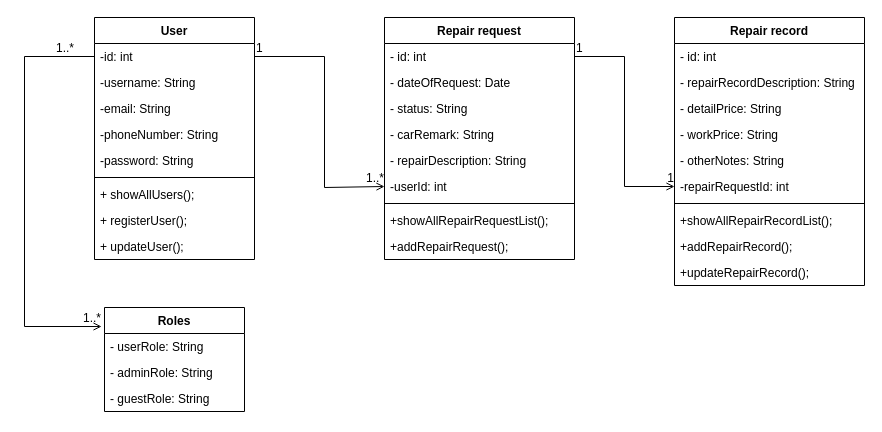
Earlier version of the draw.io diagram class diagram.drawio (MishaAvizhen/MiAvStoApp). Source tidied: cells renumbered, new cells numbered last; positions are measured from the earlier drawing's top-left corner, leaving out a move shared by most shapes. Both pictures are drawn from the tidied source at 100%, with x=0, y=0 at pixel (24, 17).
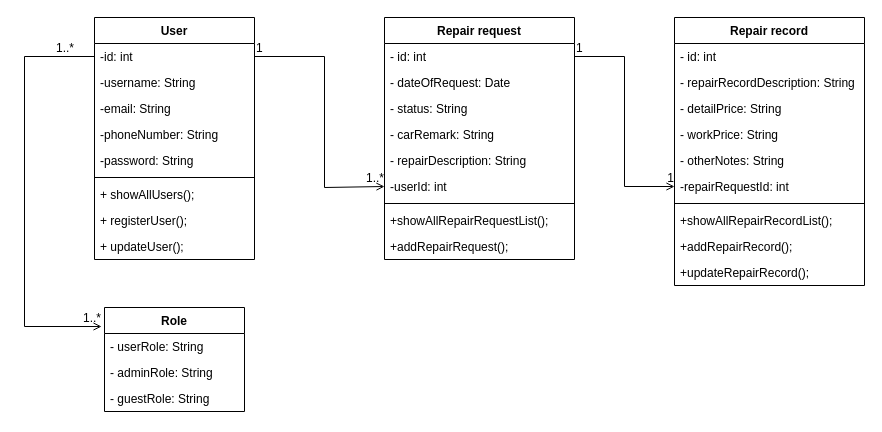
The same diagram, later.

Diff of the diagram source:
```diff
@@
-    <mxCell id="33" value="Roles" style="swimlane;fontStyle=1;horizontal=1;startSize=26;fillColor=none;" parent="1" vertex="1">
+    <mxCell id="33" value="Role" style="swimlane;fontStyle=1;horizontal=1;startSize=26;fillColor=none;" parent="1" vertex="1">
       <mxGeometry x="80" y="290" width="140" height="104" as="geometry" />
     </mxCell>
```
